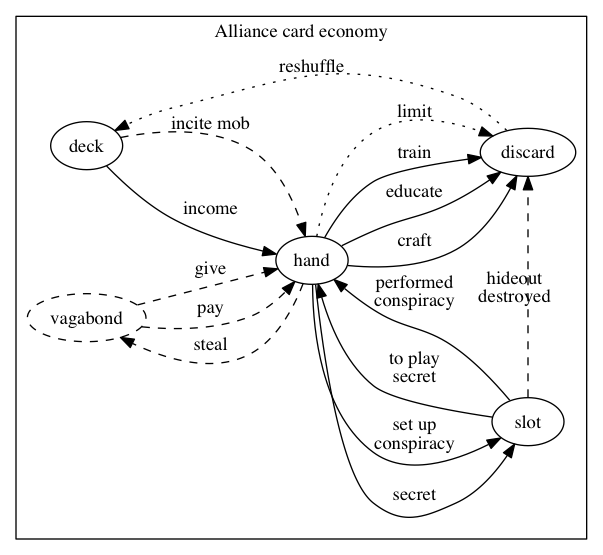
Above: diagrams/alliance-cards.png in krawaller/root (Graphviz), before the change. Its source is kept beside it as diagrams/alliance-cards.dot.
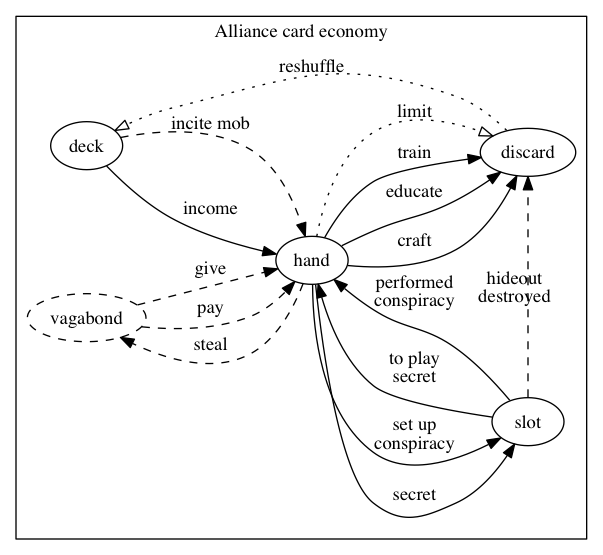
After the commit.

Commit message:
empty arrowhead for dotted lines

Change to the diagram source:
```diff
@@ -9,7 +9,7 @@
     deck -> hand [label="income"]
     deck -> hand [label="income" color=transparent fontcolor=transparent]
 
-    hand -> discard [label="limit" style=dotted]
+    hand -> discard [label="limit" style=dotted arrowhead=empty]
 
     hand -> discard [label="craft"]
 
@@ -29,7 +29,7 @@
 
     deck -> hand [label="incite mob" style=dashed]
 
-    discard -> deck [label="reshuffle" style=dotted]
+    discard -> deck [label="reshuffle" style=dotted arrowhead=empty]
 
     vagabond [style=dashed]
     vagabond -> hand [label="pay" style=dashed]
```
